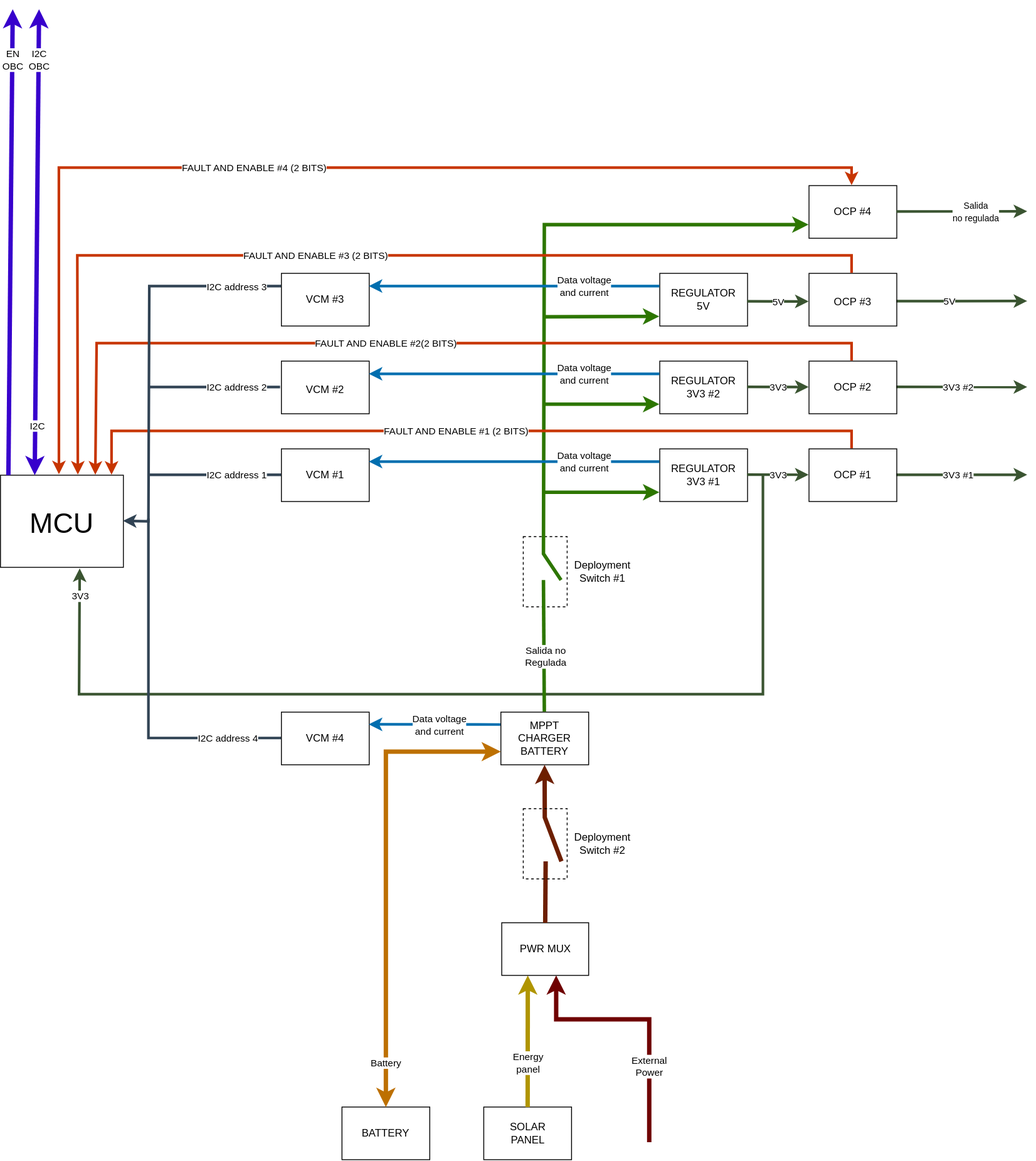
This is diagrama.svg from TobiasDecoud/Electrical-Power-System, a draw.io export, as it was before one commit. Source tidied: cells renumbered, new cells last; positions are measured from the earlier drawing's top-left corner, leaving out a move shared by most shapes.
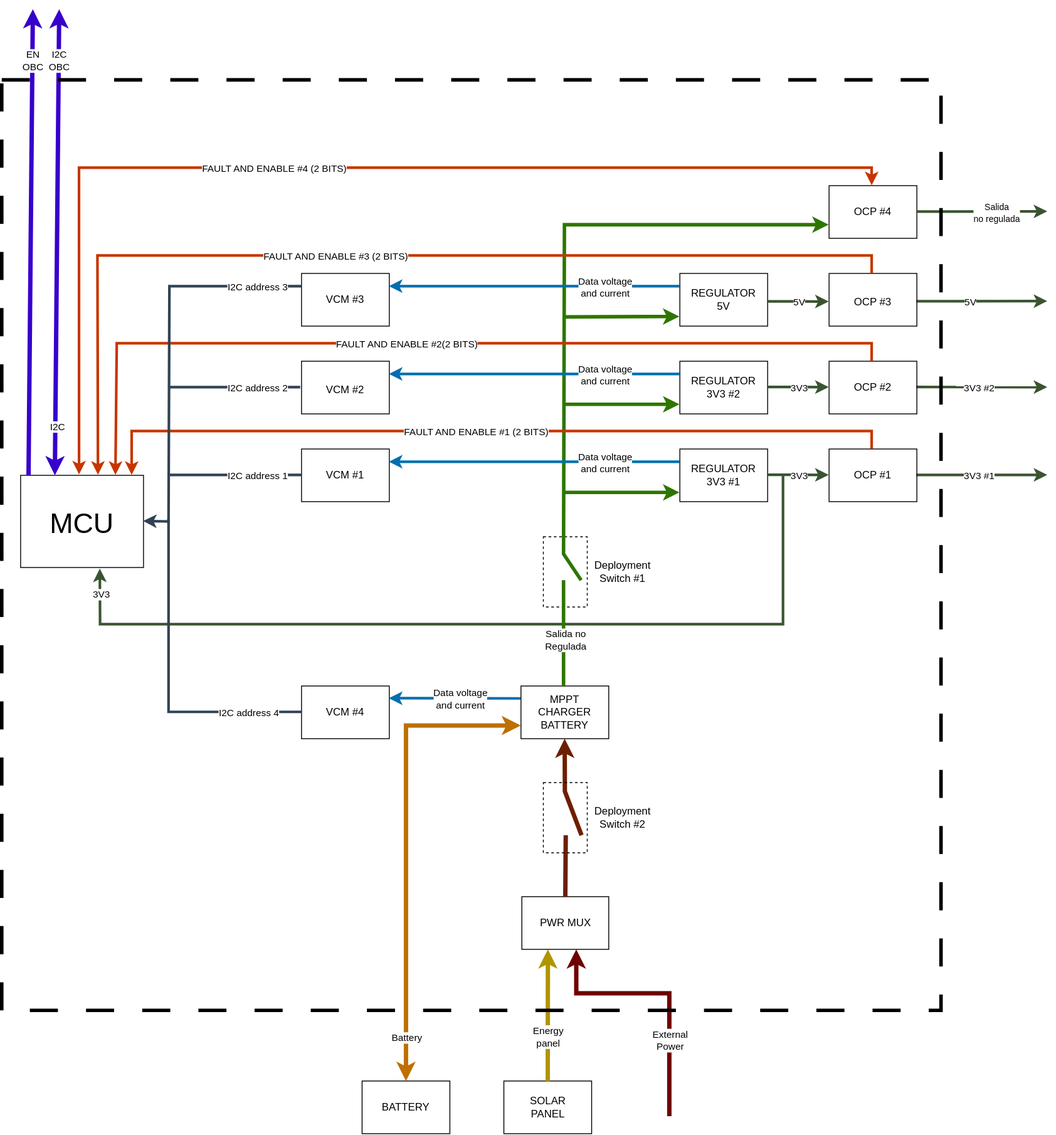
Above is the later version.

What changed in the source:
```diff
@@ -37,16 +37,16 @@
       <mxGeometry x="20" y="546" width="100" height="80" as="geometry" />
     </mxCell>
     <mxCell id="10" style="rounded=0;whiteSpace=wrap;html=1;fillColor=none;" parent="1" vertex="1">
-      <mxGeometry x="570" y="801" width="100" height="60" as="geometry" />
+      <mxGeometry x="570" y="771" width="100" height="60" as="geometry" />
     </mxCell>
     <mxCell id="11" value="MPPT CHARGER BATTERY" style="text;html=1;whiteSpace=wrap;strokeColor=none;fillColor=none;align=center;verticalAlign=middle;rounded=0;" parent="1" vertex="1">
-      <mxGeometry x="590" y="816" width="60" height="30" as="geometry" />
+      <mxGeometry x="590" y="786" width="60" height="30" as="geometry" />
     </mxCell>
     <mxCell id="12" style="rounded=0;whiteSpace=wrap;html=1;fillColor=none;" parent="1" vertex="1">
-      <mxGeometry x="389" y="1251" width="100" height="60" as="geometry" />
+      <mxGeometry x="389" y="1221" width="100" height="60" as="geometry" />
     </mxCell>
     <mxCell id="13" value="BATTERY" style="text;html=1;whiteSpace=wrap;strokeColor=none;fillColor=none;align=center;verticalAlign=middle;rounded=0;" parent="1" vertex="1">
-      <mxGeometry x="409" y="1266" width="60" height="30" as="geometry" />
+      <mxGeometry x="409" y="1236" width="60" height="30" as="geometry" />
     </mxCell>
     <mxCell id="14" style="rounded=0;whiteSpace=wrap;html=1;fillColor=none;" parent="1" vertex="1">
       <mxGeometry x="921" y="201" width="100" height="60" as="geometry" />
@@ -103,16 +103,16 @@
       <mxGeometry x="340" y="316" width="60" height="30" as="geometry" />
     </mxCell>
     <mxCell id="32" style="rounded=0;whiteSpace=wrap;html=1;fillColor=none;" parent="1" vertex="1">
-      <mxGeometry x="320" y="801" width="100" height="60" as="geometry" />
+      <mxGeometry x="320" y="771" width="100" height="60" as="geometry" />
     </mxCell>
     <mxCell id="33" value="VCM #4" style="text;html=1;whiteSpace=wrap;strokeColor=none;fillColor=none;align=center;verticalAlign=middle;rounded=0;" parent="1" vertex="1">
-      <mxGeometry x="340" y="816" width="60" height="30" as="geometry" />
+      <mxGeometry x="340" y="786" width="60" height="30" as="geometry" />
     </mxCell>
     <mxCell id="34" style="rounded=0;whiteSpace=wrap;html=1;fillColor=none;" parent="1" vertex="1">
-      <mxGeometry x="550.5" y="1251" width="100" height="60" as="geometry" />
+      <mxGeometry x="550.5" y="1221" width="100" height="60" as="geometry" />
     </mxCell>
     <mxCell id="35" value="SOLAR PANEL" style="text;html=1;whiteSpace=wrap;strokeColor=none;fillColor=none;align=center;verticalAlign=middle;rounded=0;" parent="1" vertex="1">
-      <mxGeometry x="570.5" y="1266" width="60" height="30" as="geometry" />
+      <mxGeometry x="570.5" y="1236" width="60" height="30" as="geometry" />
     </mxCell>
     <mxCell id="36" style="endArrow=classic;html=1;rounded=0;strokeWidth=4;fillColor=#60a917;strokeColor=#2D7600;entryX=-0.001;entryY=0.825;entryDx=0;entryDy=0;entryPerimeter=0;" parent="1" edge="1" target="24">
       <mxGeometry relative="1" as="geometry">
@@ -251,8 +251,8 @@
     </mxCell>
     <mxCell id="60" style="endArrow=classic;html=1;rounded=0;fillColor=#1ba1e2;strokeColor=#006EAF;strokeWidth=3;entryX=1;entryY=0.25;entryDx=0;entryDy=0;" parent="1" edge="1">
       <mxGeometry relative="1" as="geometry">
-        <mxPoint x="570" y="815.6" as="sourcePoint" />
-        <mxPoint x="420" y="815.4" as="targetPoint" />
+        <mxPoint x="570" y="785.6" as="sourcePoint" />
+        <mxPoint x="420" y="785.4" as="targetPoint" />
       </mxGeometry>
     </mxCell>
     <mxCell id="61" value="Data voltage&lt;div&gt;and current&lt;/div&gt;" style="edgeLabel;html=1;align=center;verticalAlign=middle;" parent="60" vertex="1">
@@ -275,7 +275,7 @@
     </mxCell>
     <mxCell id="64" style="endArrow=classic;html=1;rounded=0;exitX=0.5;exitY=0;exitDx=0;exitDy=0;strokeWidth=5;fillColor=#e3c800;strokeColor=#B09500;" parent="1" edge="1" source="34">
       <mxGeometry relative="1" as="geometry">
-        <mxPoint x="600.7" y="1101" as="targetPoint" />
+        <mxPoint x="600.7" y="1071" as="targetPoint" />
       </mxGeometry>
     </mxCell>
     <mxCell id="65" value="Energy&lt;div&gt;panel&lt;/div&gt;" style="edgeLabel;html=1;align=center;verticalAlign=middle;" parent="64" vertex="1">
@@ -286,12 +286,12 @@
     <mxCell id="66" style="endArrow=classic;html=1;rounded=0;exitX=0.5;exitY=0;exitDx=0;exitDy=0;strokeWidth=5;fillColor=#f0a30a;strokeColor=#BD7000;entryX=0;entryY=0.75;entryDx=0;entryDy=0;startArrow=classic;startFill=1;" parent="1" edge="1" source="12" target="10">
       <mxGeometry relative="1" as="geometry">
         <Array as="points">
-          <mxPoint x="439" y="846" />
+          <mxPoint x="439" y="816" />
         </Array>
       </mxGeometry>
     </mxCell>
     <mxCell id="67" value="Battery" style="edgeLabel;html=1;align=center;verticalAlign=middle;" parent="1" vertex="1">
-      <mxGeometry x="439" y="1201" as="geometry" />
+      <mxGeometry x="439" y="1171" as="geometry" />
     </mxCell>
     <mxCell id="68" style="endArrow=classic;html=1;rounded=0;fillColor=#6d8764;strokeColor=#3A5431;strokeWidth=3;" parent="1" edge="1">
       <mxGeometry relative="1" as="geometry">
@@ -308,8 +308,8 @@
       <mxGeometry relative="1" as="geometry">
         <mxPoint x="869" y="531" as="sourcePoint" />
         <Array as="points">
-          <mxPoint x="869" y="781" />
-          <mxPoint x="90" y="781" />
+          <mxPoint x="869" y="701" />
+          <mxPoint x="91" y="701" />
         </Array>
       </mxGeometry>
     </mxCell>
@@ -345,15 +345,15 @@
       <mxGeometry x="0.78" relative="1" as="geometry" />
     </mxCell>
     <mxCell id="78" value="PWR MUX" style="text;html=1;whiteSpace=wrap;strokeColor=none;fillColor=none;align=center;verticalAlign=middle;rounded=0;" parent="1" vertex="1">
-      <mxGeometry x="590.5" y="1056" width="60" height="30" as="geometry" />
+      <mxGeometry x="590.5" y="1026" width="60" height="30" as="geometry" />
     </mxCell>
     <mxCell id="79" style="endArrow=classic;html=1;rounded=0;strokeWidth=5;fillColor=#a20025;strokeColor=#6F0000;" parent="1" edge="1">
       <mxGeometry relative="1" as="geometry">
-        <mxPoint x="739" y="1291" as="sourcePoint" />
-        <mxPoint x="633" y="1101" as="targetPoint" />
+        <mxPoint x="739" y="1261" as="sourcePoint" />
+        <mxPoint x="633" y="1071" as="targetPoint" />
         <Array as="points">
-          <mxPoint x="739" y="1151" />
-          <mxPoint x="633" y="1151" />
+          <mxPoint x="739" y="1121" />
+          <mxPoint x="633" y="1121" />
         </Array>
       </mxGeometry>
     </mxCell>
@@ -364,15 +364,15 @@
     </mxCell>
     <mxCell id="81" style="endArrow=classic;html=1;rounded=0;strokeWidth=5;fillColor=#a0522d;strokeColor=#6D1F00;" parent="1" edge="1">
       <mxGeometry relative="1" as="geometry">
-        <mxPoint x="639" y="971" as="sourcePoint" />
-        <mxPoint x="619.8" y="861" as="targetPoint" />
+        <mxPoint x="639" y="941" as="sourcePoint" />
+        <mxPoint x="619.8" y="831" as="targetPoint" />
         <Array as="points">
-          <mxPoint x="620" y="921" />
+          <mxPoint x="620" y="891" />
         </Array>
       </mxGeometry>
     </mxCell>
     <mxCell id="82" style="rounded=0;whiteSpace=wrap;html=1;fillColor=none;" parent="1" vertex="1">
-      <mxGeometry x="571" y="1041" width="99" height="60" as="geometry" />
+      <mxGeometry x="571" y="1011" width="99" height="60" as="geometry" />
     </mxCell>
     <mxCell id="83" style="endArrow=classic;html=1;rounded=0;exitX=0.179;exitY=0.01;exitDx=0;exitDy=0;exitPerimeter=0;fillColor=#6a00ff;strokeColor=light-dark(#3700CC, #731c3f);strokeWidth=5;startArrow=none;startFill=0;" parent="1" edge="1">
       <mxGeometry relative="1" as="geometry">
@@ -399,7 +399,7 @@
       <mxGeometry relative="1" as="geometry">
         <mxPoint x="169" y="581" as="sourcePoint" />
         <Array as="points">
-          <mxPoint x="169" y="831" />
+          <mxPoint x="169" y="801" />
         </Array>
       </mxGeometry>
     </mxCell>
@@ -410,11 +410,11 @@
       <mxGeometry x="269" y="531" as="geometry" />
     </mxCell>
     <mxCell id="90" value="I2C address 4" style="edgeLabel;html=1;align=center;verticalAlign=middle;" parent="1" vertex="1">
-      <mxGeometry x="259" y="831" as="geometry" />
+      <mxGeometry x="259" y="801" as="geometry" />
     </mxCell>
     <mxCell id="91" style="endArrow=none;html=1;rounded=0;strokeWidth=4;strokeColor=#2D7600;fillColor=#60a917;" parent="1" edge="1">
       <mxGeometry relative="1" as="geometry">
-        <mxPoint x="620" y="801" as="sourcePoint" />
+        <mxPoint x="619" y="771" as="sourcePoint" />
         <mxPoint x="619" y="651" as="targetPoint" />
       </mxGeometry>
     </mxCell>
@@ -428,14 +428,17 @@
     </mxCell>
     <mxCell id="94" style="endArrow=none;html=1;rounded=0;entryX=0.5;entryY=0;entryDx=0;entryDy=0;strokeWidth=5;strokeColor=#6D1F00;fillColor=#a0522d;" parent="1" edge="1" target="82">
       <mxGeometry relative="1" as="geometry">
-        <mxPoint x="621" y="971" as="sourcePoint" />
+        <mxPoint x="621" y="941" as="sourcePoint" />
       </mxGeometry>
     </mxCell>
     <mxCell id="95" style="rounded=0;whiteSpace=wrap;html=1;fillColor=none;dashed=1;" parent="1" vertex="1">
-      <mxGeometry x="595.5" y="911" width="50" height="80" as="geometry" />
+      <mxGeometry x="595.5" y="881" width="50" height="80" as="geometry" />
     </mxCell>
     <mxCell id="96" value="Deployment Switch #2" style="text;html=1;whiteSpace=wrap;strokeColor=none;fillColor=none;align=center;verticalAlign=middle;rounded=0;" parent="1" vertex="1">
-      <mxGeometry x="645.5" y="936" width="80" height="30" as="geometry" />
+      <mxGeometry x="645.5" y="906" width="80" height="30" as="geometry" />
     </mxCell>
+    <mxCell id="97" style="rounded=0;whiteSpace=wrap;html=1;fillColor=none;dashed=1;dashPattern=8 8;strokeWidth=4;" parent="1" vertex="1">
+      <mxGeometry x="-21" y="81" width="1070" height="1060" as="geometry" />
+    </mxCell>
   </root>
 </mxGraphModel>
```
